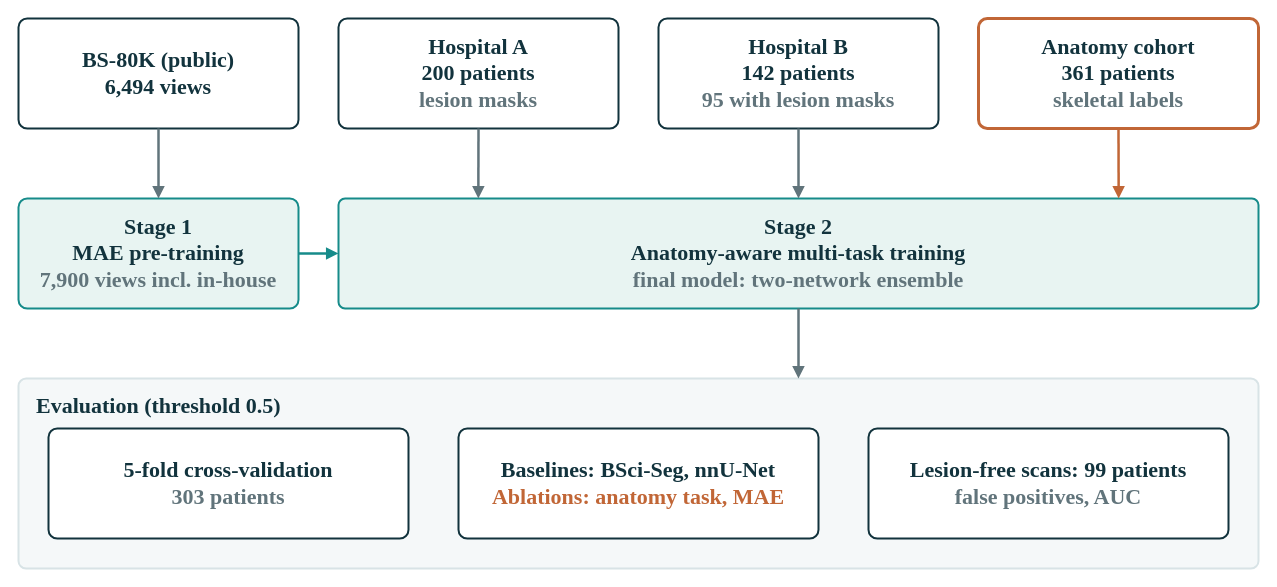
Earlier version of the draw.io diagram figures/fig1_study_workflow.drawio (hank52052/anatomy-aware-bone-scan-segmentation). Source tidied: cells renumbered, new cells numbered last; positions are measured from the earlier drawing's top-left corner, leaving out a move shared by most shapes. Both pictures are drawn from the tidied source at 100%, with x=0, y=0 at pixel (18, 18).
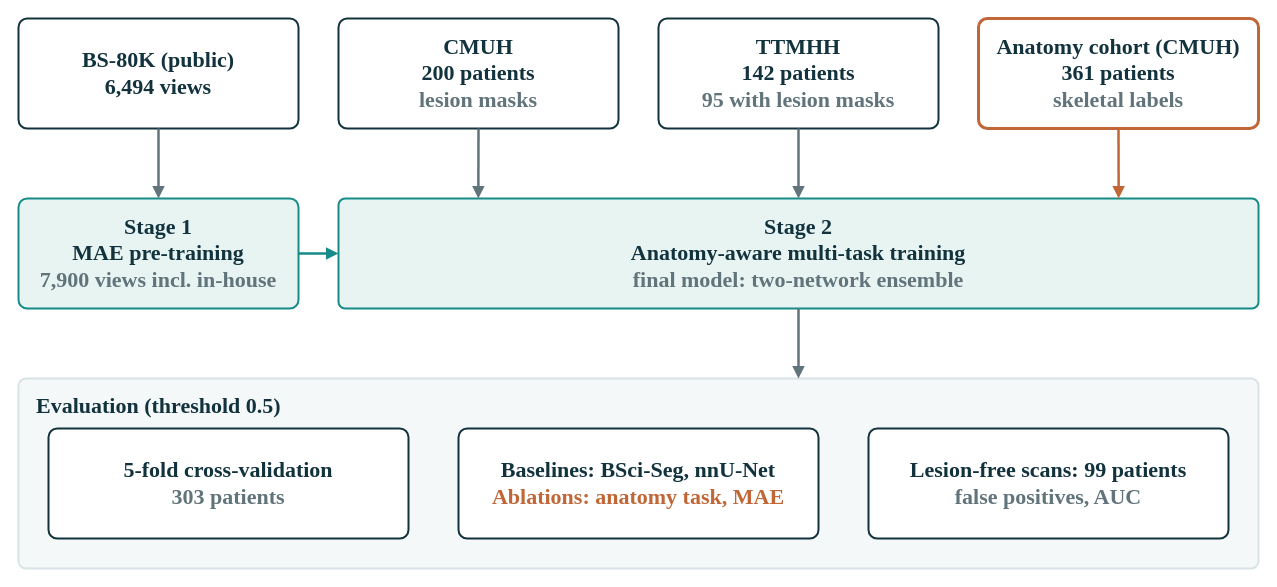
The same page after the edit.

The edit, as a diff of the source:
```diff
@@
 <mxGraphModel background="#FFFFFF">
   <root>
     <mxCell id="0" />
     <mxCell id="1" parent="0" />
     <mxCell id="2" value="BS-80K (public)&lt;br&gt;6,494 views" style="rounded=1;whiteSpace=wrap;html=1;arcSize=8;fillColor=#FFFFFF;strokeColor=#12333D;strokeWidth=2;fontFamily=Times New Roman;fontStyle=1;fontSize=22;fontColor=#12333D;spacing=8;" parent="1" vertex="1">
       <mxGeometry width="280" height="110" as="geometry" />
     </mxCell>
-    <mxCell id="3" value="Hospital A&lt;br&gt;200 patients&lt;br&gt;&lt;font color=&quot;#61747B&quot;&gt;lesion masks&lt;/font&gt;" style="rounded=1;whiteSpace=wrap;html=1;arcSize=8;fillColor=#FFFFFF;strokeColor=#12333D;strokeWidth=2;fontFamily=Times New Roman;fontStyle=1;fontSize=22;fontColor=#12333D;spacing=8;" parent="1" vertex="1">
+    <mxCell id="3" value="CMUH&lt;br&gt;200 patients&lt;br&gt;&lt;font color=&quot;#61747B&quot;&gt;lesion masks&lt;/font&gt;" style="rounded=1;whiteSpace=wrap;html=1;arcSize=8;fillColor=#FFFFFF;strokeColor=#12333D;strokeWidth=2;fontFamily=Times New Roman;fontStyle=1;fontSize=22;fontColor=#12333D;spacing=8;" parent="1" vertex="1">
       <mxGeometry x="320" width="280" height="110" as="geometry" />
     </mxCell>
-    <mxCell id="4" value="Hospital B&lt;br&gt;142 patients&lt;br&gt;&lt;font color=&quot;#61747B&quot;&gt;95 with lesion masks&lt;/font&gt;" style="rounded=1;whiteSpace=wrap;html=1;arcSize=8;fillColor=#FFFFFF;strokeColor=#12333D;strokeWidth=2;fontFamily=Times New Roman;fontStyle=1;fontSize=22;fontColor=#12333D;spacing=8;" parent="1" vertex="1">
+    <mxCell id="4" value="TTMHH&lt;br&gt;142 patients&lt;br&gt;&lt;font color=&quot;#61747B&quot;&gt;95 with lesion masks&lt;/font&gt;" style="rounded=1;whiteSpace=wrap;html=1;arcSize=8;fillColor=#FFFFFF;strokeColor=#12333D;strokeWidth=2;fontFamily=Times New Roman;fontStyle=1;fontSize=22;fontColor=#12333D;spacing=8;" parent="1" vertex="1">
       <mxGeometry x="640" width="280" height="110" as="geometry" />
     </mxCell>
-    <mxCell id="5" value="Anatomy cohort&lt;br&gt;361 patients&lt;br&gt;&lt;font color=&quot;#61747B&quot;&gt;skeletal labels&lt;/font&gt;" style="rounded=1;whiteSpace=wrap;html=1;arcSize=8;fillColor=#FFFFFF;strokeColor=#C16636;strokeWidth=3;fontFamily=Times New Roman;fontStyle=1;fontSize=22;fontColor=#12333D;spacing=8;" parent="1" vertex="1">
+    <mxCell id="5" value="Anatomy cohort (CMUH)&lt;br&gt;361 patients&lt;br&gt;&lt;font color=&quot;#61747B&quot;&gt;skeletal labels&lt;/font&gt;" style="rounded=1;whiteSpace=wrap;html=1;arcSize=8;fillColor=#FFFFFF;strokeColor=#C16636;strokeWidth=3;fontFamily=Times New Roman;fontStyle=1;fontSize=22;fontColor=#12333D;spacing=8;" parent="1" vertex="1">
       <mxGeometry x="960" width="280" height="110" as="geometry" />
     </mxCell>
     <mxCell id="6" value="Stage 1&lt;br&gt;MAE pre-training&lt;br&gt;&lt;font color=&quot;#61747B&quot;&gt;7,900 views incl. in-house&lt;/font&gt;" style="rounded=1;whiteSpace=wrap;html=1;arcSize=8;fillColor=#E8F4F2;strokeColor=#168B8A;strokeWidth=2;fontFamily=Times New Roman;fontStyle=1;fontSize=22;fontColor=#12333D;spacing=8;" parent="1" vertex="1">
       <mxGeometry y="180" width="280" height="110" as="geometry" />
     </mxCell>
     <mxCell id="7" value="Stage 2&lt;br&gt;Anatomy-aware multi-task training&lt;br&gt;&lt;font color=&quot;#61747B&quot;&gt;final model: two-network ensemble&lt;/font&gt;" style="rounded=1;whiteSpace=wrap;html=1;arcSize=6;fillColor=#E8F4F2;strokeColor=#168B8A;strokeWidth=2;fontFamily=Times New Roman;fontStyle=1;fontSize=22;fontColor=#12333D;spacing=8;" parent="1" vertex="1">
       <mxGeometry x="320" y="180" width="920" height="110" as="geometry" />
     </mxCell>
     <mxCell id="8" value="Evaluation (threshold 0.5)" style="rounded=1;whiteSpace=wrap;html=1;arcSize=4;fillColor=#F5F8F9;strokeColor=#D8E3E6;strokeWidth=2;fontFamily=Times New Roman;fontStyle=1;fontSize=22;fontColor=#12333D;verticalAlign=top;align=left;spacingLeft=16;spacingTop=8;" parent="1" vertex="1">
       <mxGeometry y="360" width="1240" height="190" as="geometry" />
     </mxCell>
     <mxCell id="9" value="5-fold cross-validation&lt;br&gt;&lt;font color=&quot;#61747B&quot;&gt;303 patients&lt;/font&gt;" style="rounded=1;whiteSpace=wrap;html=1;arcSize=8;fillColor=#FFFFFF;strokeColor=#12333D;strokeWidth=2;fontFamily=Times New Roman;fontStyle=1;fontSize=22;fontColor=#12333D;spacing=8;" parent="1" vertex="1">
       <mxGeometry x="30" y="410" width="360" height="110" as="geometry" />
     </mxCell>
     <mxCell id="10" value="Baselines: BSci-Seg, nnU-Net&lt;br&gt;&lt;font color=&quot;#C16636&quot;&gt;Ablations: anatomy task, MAE&lt;/font&gt;" style="rounded=1;whiteSpace=wrap;html=1;arcSize=8;fillColor=#FFFFFF;strokeColor=#12333D;strokeWidth=2;fontFamily=Times New Roman;fontStyle=1;fontSize=22;fontColor=#12333D;spacing=8;" parent="1" vertex="1">
       <mxGeometry x="440" y="410" width="360" height="110" as="geometry" />
     </mxCell>
     <mxCell id="11" value="Lesion-free scans: 99 patients&lt;br&gt;&lt;font color=&quot;#61747B&quot;&gt;false positives, AUC&lt;/font&gt;" style="rounded=1;whiteSpace=wrap;html=1;arcSize=8;fillColor=#FFFFFF;strokeColor=#12333D;strokeWidth=2;fontFamily=Times New Roman;fontStyle=1;fontSize=22;fontColor=#12333D;spacing=8;" parent="1" vertex="1">
       <mxGeometry x="850" y="410" width="360" height="110" as="geometry" />
     </mxCell>
     <mxCell id="12" style="exitX=0.5;exitY=1;entryX=0.5;entryY=0;endArrow=block;endFill=1;html=1;strokeColor=#61747B;strokeWidth=2.5;" parent="1" edge="1" source="2" target="6">
       <mxGeometry relative="1" as="geometry" />
     </mxCell>
     <mxCell id="13" style="exitX=0.5;exitY=1;entryX=0.152;entryY=0;endArrow=block;endFill=1;html=1;strokeColor=#61747B;strokeWidth=2.5;" parent="1" edge="1" source="3" target="7">
       <mxGeometry relative="1" as="geometry" />
     </mxCell>
     <mxCell id="14" style="exitX=0.5;exitY=1;entryX=0.5;entryY=0;endArrow=block;endFill=1;html=1;strokeColor=#61747B;strokeWidth=2.5;" parent="1" edge="1" source="4" target="7">
       <mxGeometry relative="1" as="geometry" />
     </mxCell>
     <mxCell id="15" style="exitX=0.5;exitY=1;entryX=0.848;entryY=0;endArrow=block;endFill=1;html=1;strokeColor=#C16636;strokeWidth=2.5;" parent="1" edge="1" source="5" target="7">
       <mxGeometry relative="1" as="geometry" />
     </mxCell>
     <mxCell id="16" style="exitX=1;exitY=0.5;entryX=0;entryY=0.5;endArrow=block;endFill=1;html=1;strokeColor=#168B8A;strokeWidth=2.5;" parent="1" edge="1" source="6" target="7">
       <mxGeometry relative="1" as="geometry" />
     </mxCell>
     <mxCell id="17" style="exitX=0.5;exitY=1;entryX=0.629;entryY=0;endArrow=block;endFill=1;html=1;strokeColor=#61747B;strokeWidth=2.5;" parent="1" edge="1" source="7" target="8">
       <mxGeometry relative="1" as="geometry" />
     </mxCell>
   </root>
 </mxGraphModel>
```
